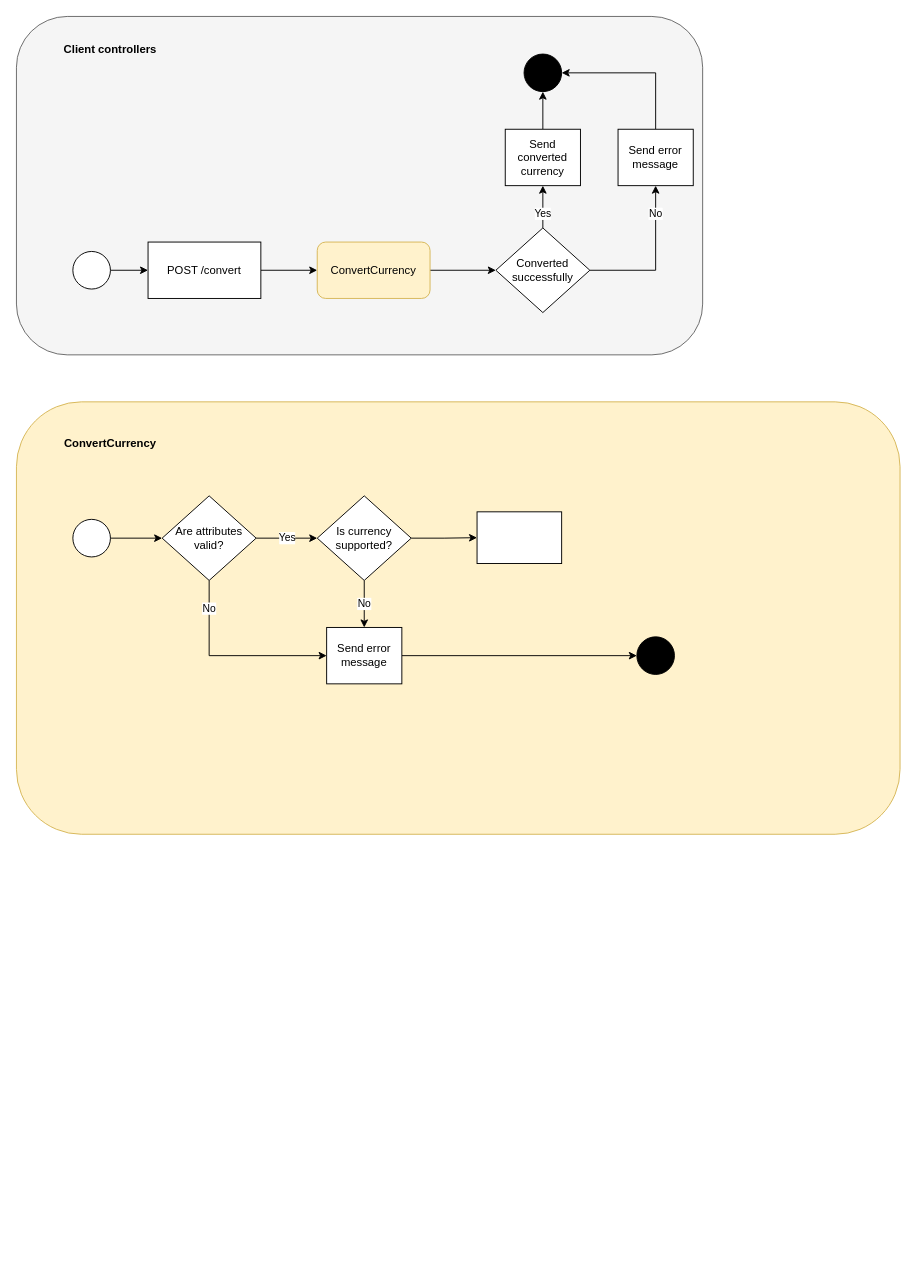
felipekcamargo/coinverter keeps this draw.io diagram as diagrams/Architecture.drawio. Above is the earlier version. Source tidied: cells renumbered, new cells numbered last; positions are measured from the earlier drawing's top-left corner, leaving out a move shared by most shapes. Both pictures are drawn from the tidied source at 94%, with x=0, y=0 at pixel (16, 16).
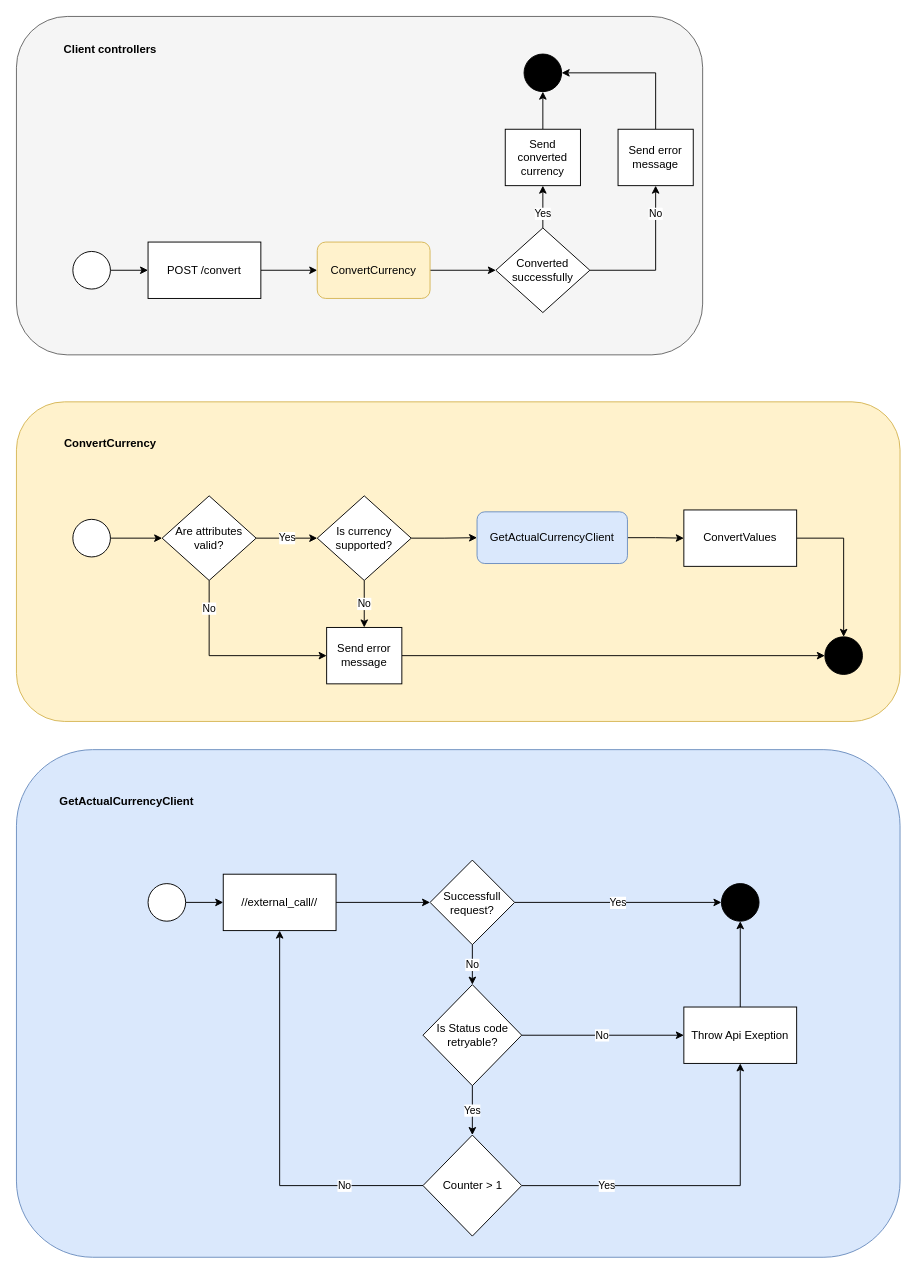
After the change.

What changed in the source:
```diff
@@
     <mxCell id="10" style="rounded=1;whiteSpace=wrap;html=1;strokeWidth=1;fillColor=#fff2cc;strokeColor=#d6b656;" parent="1" vertex="1">
-      <mxGeometry y="410" width="940" height="460" as="geometry" />
+      <mxGeometry y="410" width="940" height="340" as="geometry" />
     </mxCell>
@@
     <mxCell id="30" style="ellipse;whiteSpace=wrap;html=1;fillColor=#000000;" parent="1" vertex="1">
-      <mxGeometry x="660" y="660" width="40" height="40" as="geometry" />
+      <mxGeometry x="860" y="660" width="40" height="40" as="geometry" />
     </mxCell>
+    <mxCell id="32" style="edgeStyle=orthogonalEdgeStyle;rounded=0;jettySize=auto;html=1;" parent="1" edge="1" source="31" target="36">
+      <mxGeometry relative="1" as="geometry" />
+    </mxCell>
-    <mxCell id="31" style="whiteSpace=wrap;html=1;" parent="1" vertex="1">
-      <mxGeometry x="490" y="527" width="90" height="55" as="geometry" />
+    <mxCell id="31" value="GetActualCurrencyClient" style="whiteSpace=wrap;html=1;fillColor=#dae8fc;strokeColor=#6c8ebf;rounded=1;" parent="1" vertex="1">
+      <mxGeometry x="490" y="527" width="160" height="55" as="geometry" />
     </mxCell>
+    <mxCell id="33" style="rounded=1;whiteSpace=wrap;html=1;strokeWidth=1;fillColor=#dae8fc;strokeColor=#6c8ebf;" parent="1" vertex="1">
+      <mxGeometry y="780" width="940" height="540" as="geometry" />
+    </mxCell>
+    <mxCell id="34" value="&lt;span style=&quot;color: rgb(0 , 0 , 0) ; font-family: &amp;#34;helvetica&amp;#34; ; font-size: 12px ; font-style: normal ; letter-spacing: normal ; text-align: center ; text-indent: 0px ; text-transform: none ; word-spacing: 0px ; display: inline ; float: none&quot;&gt;&lt;b&gt;GetActualCurrencyClient&lt;/b&gt;&lt;/span&gt;" style="text;html=1;strokeColor=none;fillColor=none;align=center;verticalAlign=middle;whiteSpace=wrap;rounded=0;" parent="1" vertex="1">
+      <mxGeometry x="45" y="820" width="145" height="30" as="geometry" />
+    </mxCell>
+    <mxCell id="35" style="edgeStyle=orthogonalEdgeStyle;rounded=0;jettySize=auto;html=1;" parent="1" edge="1" source="36" target="30">
+      <mxGeometry relative="1" as="geometry" />
+    </mxCell>
+    <mxCell id="36" value="ConvertValues" style="rounded=0;whiteSpace=wrap;html=1;labelBackgroundColor=none;" parent="1" vertex="1">
+      <mxGeometry x="710" y="525" width="120" height="60" as="geometry" />
+    </mxCell>
+    <mxCell id="37" style="edgeStyle=orthogonalEdgeStyle;rounded=0;jettySize=auto;html=1;" parent="1" edge="1" source="38" target="40">
+      <mxGeometry relative="1" as="geometry" />
+    </mxCell>
+    <mxCell id="38" style="ellipse;whiteSpace=wrap;html=1;" parent="1" vertex="1">
+      <mxGeometry x="140" y="922.5" width="40" height="40" as="geometry" />
+    </mxCell>
+    <mxCell id="39" style="edgeStyle=orthogonalEdgeStyle;rounded=0;jettySize=auto;html=1;" parent="1" edge="1" source="40" target="43">
+      <mxGeometry relative="1" as="geometry" />
+    </mxCell>
+    <mxCell id="40" value="//external_call//" style="whiteSpace=wrap;html=1;" parent="1" vertex="1">
+      <mxGeometry x="220" y="912.5" width="120" height="60" as="geometry" />
+    </mxCell>
+    <mxCell id="41" value="Yes" style="edgeStyle=orthogonalEdgeStyle;rounded=0;jettySize=auto;html=1;entryX=0;entryY=0.5;entryDx=0;entryDy=0;" parent="1" edge="1" source="43" target="44">
+      <mxGeometry relative="1" as="geometry" />
+    </mxCell>
+    <mxCell id="42" value="No" style="edgeStyle=orthogonalEdgeStyle;rounded=0;jettySize=auto;html=1;entryX=0.5;entryY=0;entryDx=0;entryDy=0;" parent="1" edge="1" source="43" target="47">
+      <mxGeometry relative="1" as="geometry" />
+    </mxCell>
+    <mxCell id="43" value="Successfull request?" style="rhombus;whiteSpace=wrap;html=1;" parent="1" vertex="1">
+      <mxGeometry x="440" y="897.5" width="90" height="90" as="geometry" />
+    </mxCell>
+    <mxCell id="44" style="ellipse;whiteSpace=wrap;html=1;fillColor=#000000;" parent="1" vertex="1">
+      <mxGeometry x="750" y="922.5" width="40" height="40" as="geometry" />
+    </mxCell>
+    <mxCell id="45" value="No" style="edgeStyle=orthogonalEdgeStyle;rounded=0;jettySize=auto;html=1;" parent="1" edge="1" source="47" target="49">
+      <mxGeometry relative="1" as="geometry" />
+    </mxCell>
+    <mxCell id="46" value="Yes" style="edgeStyle=orthogonalEdgeStyle;rounded=0;jettySize=auto;html=1;entryX=0.5;entryY=0;entryDx=0;entryDy=0;" parent="1" edge="1" source="47" target="52">
+      <mxGeometry relative="1" as="geometry" />
+    </mxCell>
+    <mxCell id="47" value="Is Status code retryable?" style="rhombus;whiteSpace=wrap;html=1;rounded=0;labelBackgroundColor=none;" parent="1" vertex="1">
+      <mxGeometry x="432.5" y="1030" width="105" height="107.5" as="geometry" />
+    </mxCell>
+    <mxCell id="48" style="edgeStyle=orthogonalEdgeStyle;rounded=0;jettySize=auto;html=1;entryX=0.5;entryY=1;entryDx=0;entryDy=0;" parent="1" edge="1" source="49" target="44">
+      <mxGeometry relative="1" as="geometry">
+        <Array as="points">
+          <mxPoint x="770" y="1096" />
+        </Array>
+      </mxGeometry>
+    </mxCell>
+    <mxCell id="49" value="Throw Api Exeption" style="whiteSpace=wrap;html=1;rounded=0;" parent="1" vertex="1">
+      <mxGeometry x="710" y="1053.8" width="120" height="60" as="geometry" />
+    </mxCell>
+    <mxCell id="50" value="No" style="edgeStyle=orthogonalEdgeStyle;rounded=0;jettySize=auto;html=1;exitX=0;exitY=0.5;exitDx=0;exitDy=0;entryX=0.5;entryY=1;entryDx=0;entryDy=0;" parent="1" edge="1" source="52" target="40">
+      <mxGeometry x="-0.61" relative="1" as="geometry">
+        <mxPoint x="-1" as="offset" />
+      </mxGeometry>
+    </mxCell>
+    <mxCell id="51" value="Yes" style="edgeStyle=orthogonalEdgeStyle;rounded=0;jettySize=auto;html=1;entryX=0.5;entryY=1;entryDx=0;entryDy=0;" parent="1" edge="1" source="52" target="49">
+      <mxGeometry x="-0.5" relative="1" as="geometry" />
+    </mxCell>
+    <mxCell id="52" value="Counter &amp;gt; 1" style="rhombus;whiteSpace=wrap;html=1;rounded=0;labelBackgroundColor=none;" parent="1" vertex="1">
+      <mxGeometry x="432.5" y="1190" width="105" height="107.5" as="geometry" />
+    </mxCell>
```
